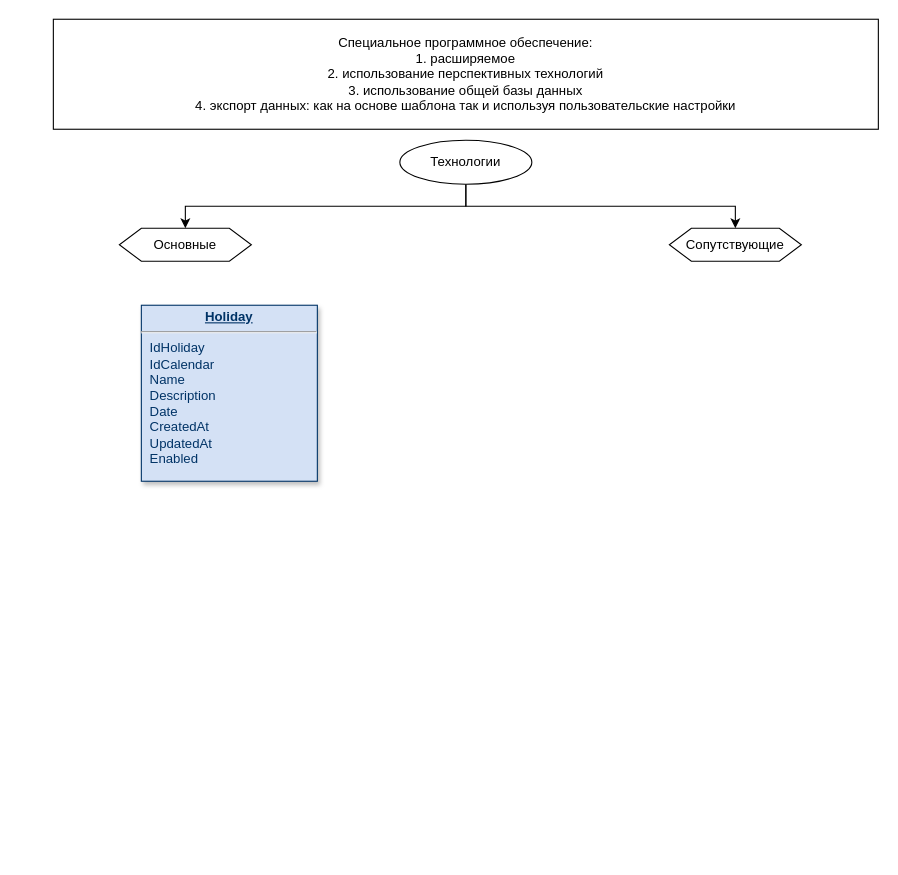
Earlier version of the draw.io diagram Диаграмма без названия.drawio (vit2109/sheme). Source tidied: cells renumbered, new cells numbered last; positions are measured from the earlier drawing's top-left corner, leaving out a move shared by most shapes. Both pictures are drawn from the tidied source at 110%, with x=0, y=0 at pixel (53, 19). Pictures stored in the file or linked from it are replaced by grey dashed boxes.
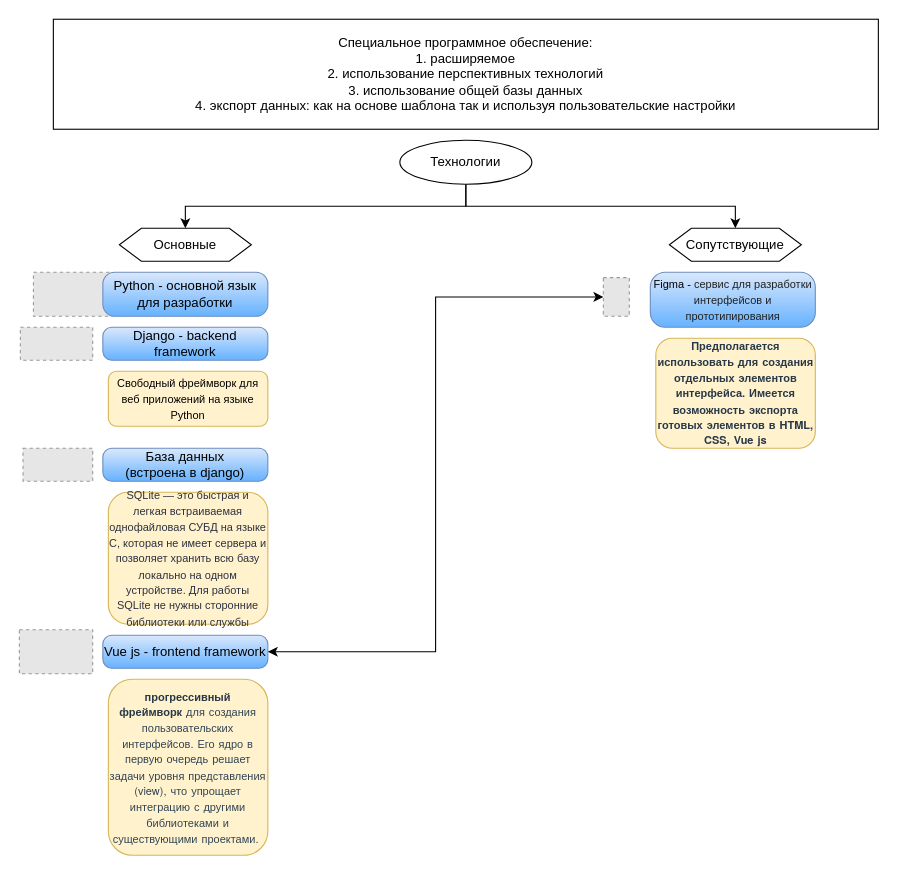
Above is the later version.

The edit, as a diff of the source:
```diff
@@
-    <mxCell id="2" value="&lt;p style=&quot;margin: 0px; margin-top: 4px; text-align: center; text-decoration: underline;&quot;&gt;&lt;strong&gt;Holiday&lt;/strong&gt;&lt;/p&gt;&lt;hr /&gt;&lt;p style=&quot;margin: 0px; margin-left: 8px;&quot;&gt;IdHoliday&lt;/p&gt;&lt;p style=&quot;margin: 0px; margin-left: 8px;&quot;&gt;IdCalendar&lt;/p&gt;&lt;p style=&quot;margin: 0px; margin-left: 8px;&quot;&gt;Name&lt;/p&gt;&lt;p style=&quot;margin: 0px; margin-left: 8px;&quot;&gt;Description&lt;/p&gt;&lt;p style=&quot;margin: 0px; margin-left: 8px;&quot;&gt;Date&lt;/p&gt;&lt;p style=&quot;margin: 0px; margin-left: 8px;&quot;&gt;CreatedAt&lt;/p&gt;&lt;p style=&quot;margin: 0px; margin-left: 8px;&quot;&gt;UpdatedAt&lt;/p&gt;&lt;p style=&quot;margin: 0px; margin-left: 8px;&quot;&gt;Enabled&lt;/p&gt;" style="verticalAlign=top;align=left;overflow=fill;fontSize=12;fontFamily=Helvetica;html=1;strokeColor=#003366;shadow=1;fillColor=#D4E1F5;fontColor=#003366;" parent="1" vertex="1">
-      <mxGeometry x="80" y="260" width="160" height="160" as="geometry" />
-    </mxCell>
@@
+    <mxCell id="9" value="Django - backend framework" style="rounded=1;whiteSpace=wrap;html=1;arcSize=27;fillColor=#dae8fc;strokeColor=#6c8ebf;fillStyle=auto;gradientColor=#66B2FF;" parent="1" vertex="1">
+      <mxGeometry x="45" y="280" width="150" height="30" as="geometry" />
+    </mxCell>
+    <mxCell id="10" style="fillColor=#E6E6E6;strokeColor=#999999;dashed=1;verticalLabelPosition=bottom;labelBackgroundColor=default;verticalAlign=top;" parent="1" vertex="1">
+      <mxGeometry x="-30" y="280" width="65.8" height="30" as="geometry" />
+    </mxCell>
+    <mxCell id="11" style="fillColor=#E6E6E6;strokeColor=#999999;dashed=1;verticalLabelPosition=bottom;labelBackgroundColor=default;verticalAlign=top;" parent="1" vertex="1">
+      <mxGeometry x="-18.1" y="230" width="71" height="40" as="geometry" />
+    </mxCell>
+    <mxCell id="12" value="Python - основной язык для разработки" style="rounded=1;whiteSpace=wrap;html=1;arcSize=27;fillColor=#dae8fc;strokeColor=#6c8ebf;fillStyle=auto;gradientColor=#66B2FF;" parent="1" vertex="1">
+      <mxGeometry x="45" y="230" width="150" height="40" as="geometry" />
+    </mxCell>
+    <mxCell id="13" value="&lt;font style=&quot;font-size: 10px;&quot;&gt;&lt;span style=&quot;font-family: sans-serif; text-align: start;&quot;&gt;Свободный фреймворк для веб приложений &lt;/span&gt;&lt;span style=&quot;font-family: sans-serif; text-align: start;&quot;&gt;на языке Python&lt;/span&gt;&lt;/font&gt;" style="rounded=1;whiteSpace=wrap;html=1;fillStyle=auto;fillColor=#fff2cc;strokeColor=#d6b656;" parent="1" vertex="1">
+      <mxGeometry x="50" y="320" width="145" height="50" as="geometry" />
+    </mxCell>
+    <mxCell id="14" style="fillColor=#E6E6E6;strokeColor=#999999;dashed=1;verticalLabelPosition=bottom;labelBackgroundColor=default;verticalAlign=top;" parent="1" vertex="1">
+      <mxGeometry x="-27.6" y="390" width="63.4" height="30" as="geometry" />
+    </mxCell>
+    <mxCell id="15" value="База данных &lt;br&gt;(встроена в django)" style="rounded=1;whiteSpace=wrap;html=1;arcSize=27;fillColor=#dae8fc;strokeColor=#6c8ebf;fillStyle=auto;gradientColor=#66B2FF;" parent="1" vertex="1">
+      <mxGeometry x="45" y="390" width="150" height="30" as="geometry" />
+    </mxCell>
+    <mxCell id="16" value="&lt;span style=&quot;color: rgb(44, 49, 66); font-family: Rubik, stk; text-align: start;&quot;&gt;&lt;font style=&quot;font-size: 10px;&quot;&gt;SQLite — это быстрая и легкая встраиваемая однофайловая СУБД на языке C, которая не имеет сервера и позволяет хранить всю базу локально на одном устройстве. Для работы SQLite не нужны сторонние библиотеки или службы&lt;/font&gt;&lt;/span&gt;" style="rounded=1;whiteSpace=wrap;html=1;fillStyle=auto;fillColor=#fff2cc;strokeColor=#d6b656;" parent="1" vertex="1">
+      <mxGeometry x="50" y="430" width="145" height="120" as="geometry" />
+    </mxCell>
+    <mxCell id="17" style="fillColor=#E6E6E6;strokeColor=#999999;dashed=1;verticalLabelPosition=bottom;labelBackgroundColor=default;verticalAlign=top;" parent="1" vertex="1">
+      <mxGeometry x="-30.9" y="555" width="66.7" height="40" as="geometry" />
+    </mxCell>
+    <mxCell id="18" value="Vue js - frontend framework" style="rounded=1;whiteSpace=wrap;html=1;arcSize=27;fillColor=#dae8fc;strokeColor=#6c8ebf;fillStyle=auto;gradientColor=#66B2FF;" parent="1" vertex="1">
+      <mxGeometry x="45" y="560" width="150" height="30" as="geometry" />
+    </mxCell>
+    <mxCell id="19" value="&lt;font style=&quot;font-size: 10px;&quot;&gt;&lt;span style=&quot;font-weight: 600; color: rgb(39, 56, 73); font-family: &amp;quot;Source Sans Pro&amp;quot;, &amp;quot;Helvetica Neue&amp;quot;, Arial, sans-serif; text-align: start; word-spacing: 0.8px;&quot;&gt;прогрессивный фреймворк&lt;/span&gt;&lt;span style=&quot;color: rgb(48, 68, 85); font-family: &amp;quot;Source Sans Pro&amp;quot;, &amp;quot;Helvetica Neue&amp;quot;, Arial, sans-serif; text-align: start; word-spacing: 0.8px;&quot;&gt;&amp;nbsp;для создания пользовательских интерфейсов. Его ядро в первую очередь решает задачи уровня представления (view), что упрощает интеграцию с другими библиотеками и существующими проектами.&amp;nbsp;&lt;/span&gt;&lt;/font&gt;" style="rounded=1;whiteSpace=wrap;html=1;fillStyle=auto;fillColor=#fff2cc;strokeColor=#d6b656;" parent="1" vertex="1">
+      <mxGeometry x="50" y="600" width="145" height="160" as="geometry" />
+    </mxCell>
+    <mxCell id="20" style="edgeStyle=orthogonalEdgeStyle;rounded=0;jettySize=auto;html=1;exitX=0;exitY=0.5;exitDx=0;exitDy=0;entryX=1;entryY=0.5;entryDx=0;entryDy=0;fontFamily=Helvetica;fontSize=10;fontColor=default;startArrow=classic;startFill=1;" parent="1" edge="1" source="21" target="18">
+      <mxGeometry relative="1" as="geometry" />
+    </mxCell>
+    <mxCell id="21" style="fillColor=#E6E6E6;strokeColor=#999999;dashed=1;verticalLabelPosition=bottom;labelBackgroundColor=default;verticalAlign=top;" parent="1" vertex="1">
+      <mxGeometry x="500" y="234.9" width="23.6" height="35.1" as="geometry" />
+    </mxCell>
+    <mxCell id="22" value="&lt;font style=&quot;font-size: 10px;&quot;&gt;Figma -&amp;nbsp;&lt;span style=&quot;color: rgb(32, 33, 34); font-family: sans-serif; text-align: start;&quot;&gt;сервис для разработки интерфейсов и прототипирования&lt;/span&gt;&lt;/font&gt;" style="rounded=1;whiteSpace=wrap;html=1;arcSize=27;fillColor=#dae8fc;strokeColor=#6c8ebf;fillStyle=auto;gradientColor=#66B2FF;" parent="1" vertex="1">
+      <mxGeometry x="542.7" y="230" width="150" height="50" as="geometry" />
+    </mxCell>
+    <mxCell id="23" value="&lt;div style=&quot;&quot;&gt;&lt;span style=&quot;background-color: initial; font-size: 10px; word-spacing: 0.8px;&quot;&gt;&lt;font face=&quot;Source Sans Pro, Helvetica Neue, Arial, sans-serif&quot; color=&quot;#273849&quot;&gt;&lt;b&gt;Предполагается использовать для создания отдельных элементов интерфейса. Имеется возможность экспорта готовых элементов в HTML, CSS, Vue js&lt;/b&gt;&lt;/font&gt;&lt;/span&gt;&lt;/div&gt;" style="rounded=1;whiteSpace=wrap;html=1;fillStyle=auto;fillColor=#fff2cc;strokeColor=#d6b656;align=center;" parent="1" vertex="1">
+      <mxGeometry x="547.7" y="290" width="145" height="100" as="geometry" />
+    </mxCell>
```
